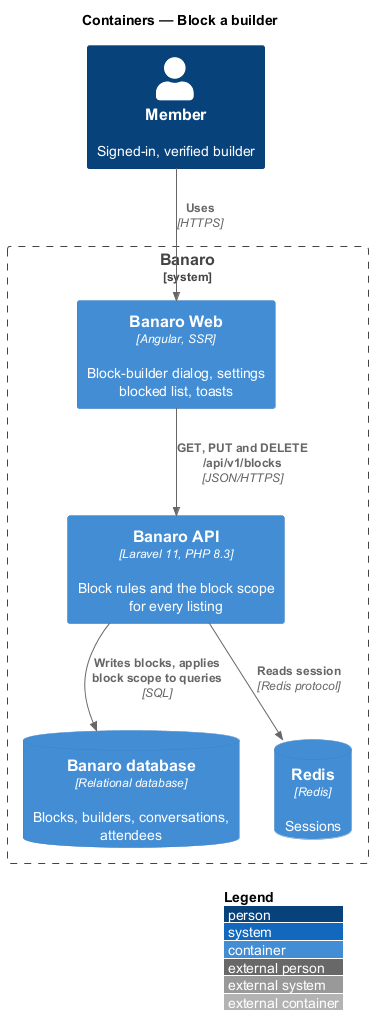
QuinntyneBrown/banaro keeps this PlantUML diagram as docs/detailed-designs/trust-and-safety/block-builder/diagrams/c4-container.png. Above is the earlier version. Source of this version:
```plantuml
@startuml
!include <C4/C4_Container>
LAYOUT_WITH_LEGEND()
title Containers — Block a builder

Person(member, "Member", "Signed-in, verified builder")

System_Boundary(banaro, "Banaro") {
  Container(web, "Banaro Web", "Angular, SSR", "Block-builder dialog, settings blocked list, toasts")
  Container(api, "Banaro API", "Laravel 11, PHP 8.3", "Block rules and the block scope for every listing")
  ContainerDb(db, "Banaro database", "Relational database", "Blocks, builders, conversations, attendees")
  ContainerDb(redis, "Redis", "Redis", "Sessions")
}

Rel(member, web, "Uses", "HTTPS")
Rel(web, api, "GET, PUT and DELETE /api/v1/blocks", "JSON/HTTPS")
Rel(api, redis, "Reads session", "Redis protocol")
Rel(api, db, "Writes blocks, applies block scope to queries", "SQL")
@enduml
```
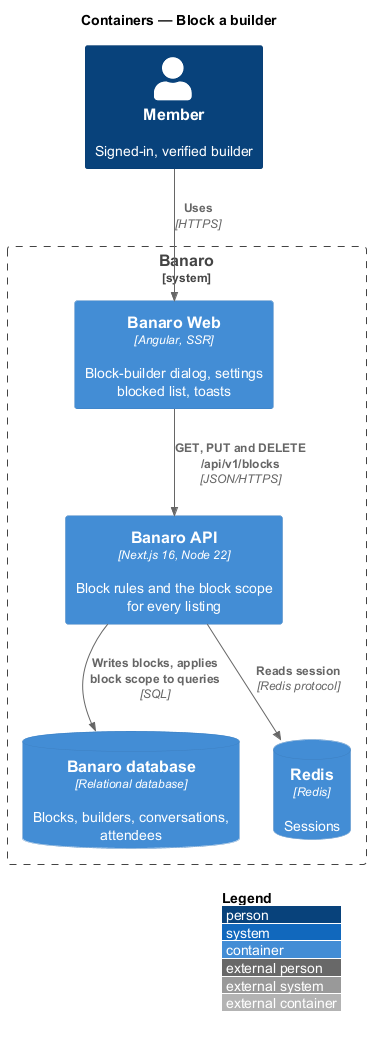
After the commit.

Diff of the diagram source:
```diff
@@ -7,7 +7,7 @@
 
 System_Boundary(banaro, "Banaro") {
   Container(web, "Banaro Web", "Angular, SSR", "Block-builder dialog, settings blocked list, toasts")
-  Container(api, "Banaro API", "Laravel 11, PHP 8.3", "Block rules and the block scope for every listing")
+  Container(api, "Banaro API", "Next.js 16, Node 22", "Block rules and the block scope for every listing")
   ContainerDb(db, "Banaro database", "Relational database", "Blocks, builders, conversations, attendees")
   ContainerDb(redis, "Redis", "Redis", "Sessions")
 }
```
